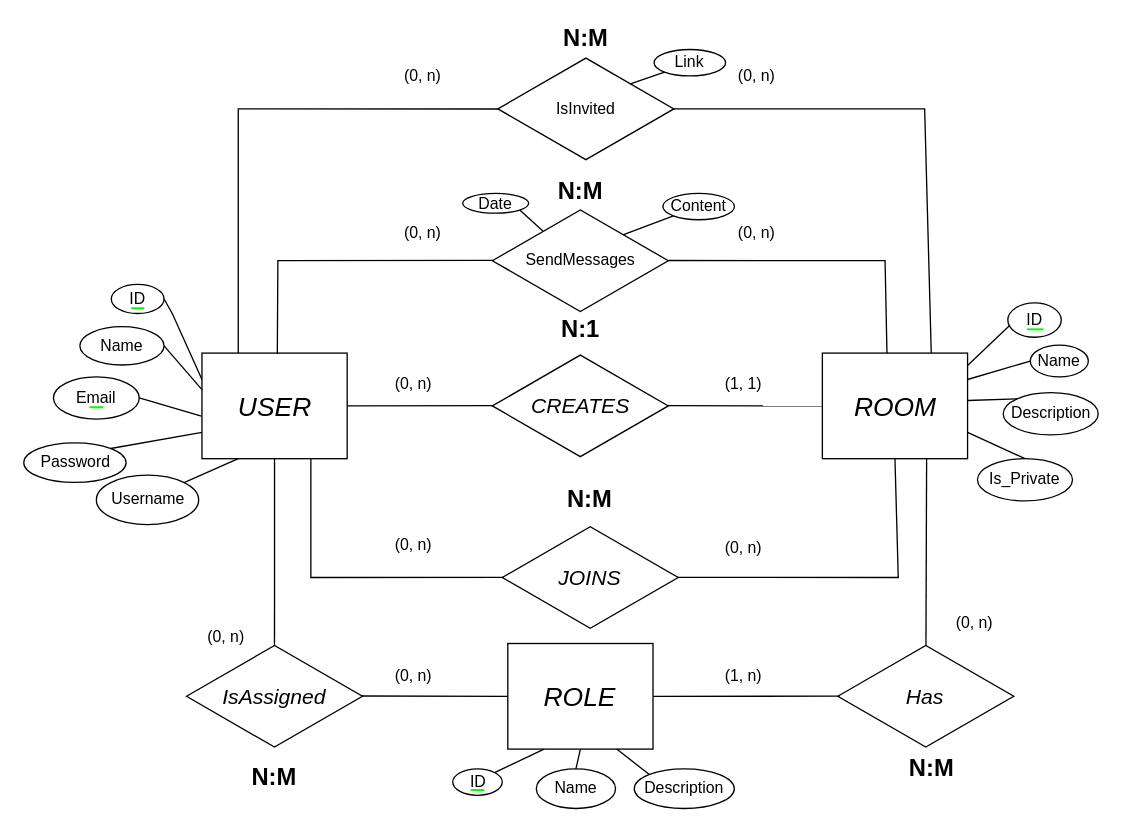
Above: Diseño de Bases de Datos Relacionales con MySQL/02 Diseño Conceptual/3er Ejercicio/Ejercicio3.drawio in D4nitrix13/DatabaseGuide (draw.io), before the change. Source tidied: cells renumbered, new cells numbered last; positions are measured from the earlier drawing's top-left corner, leaving out a move shared by most shapes. Both pictures are drawn from the tidied source at 132%, with x=0, y=0 at pixel (24, 22).
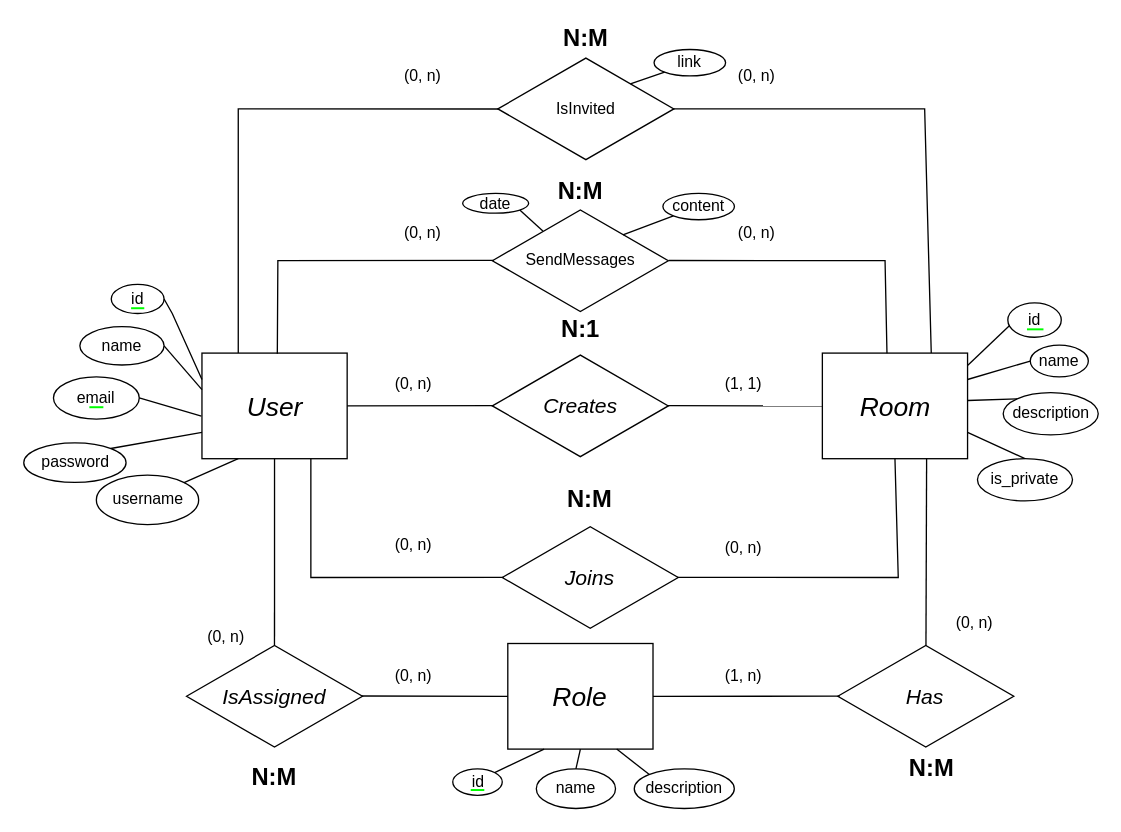
The same diagram, later.

Diff of the diagram source:
```diff
@@
-    <mxCell id="2" value="ID" style="ellipse;whiteSpace=wrap;html=1;fillColor=none;" parent="1" vertex="1">
+    <mxCell id="2" value="id" style="ellipse;whiteSpace=wrap;html=1;fillColor=none;" parent="1" vertex="1">
       <mxGeometry x="745" y="212" width="40.5" height="26" as="geometry" />
     </mxCell>
-    <mxCell id="3" value="Email" style="ellipse;whiteSpace=wrap;html=1;fillColor=none;" parent="1" vertex="1">
+    <mxCell id="3" value="email" style="ellipse;whiteSpace=wrap;html=1;fillColor=none;" parent="1" vertex="1">
       <mxGeometry x="22" y="268" width="65" height="32" as="geometry" />
     </mxCell>
-    <mxCell id="4" value="&lt;i style=&quot;&quot;&gt;&lt;font style=&quot;font-size: 20px;&quot;&gt;USER&lt;/font&gt;&lt;/i&gt;" style="rounded=0;whiteSpace=wrap;html=1;fillColor=none;" parent="1" vertex="1">
+    <mxCell id="4" value="&lt;i style=&quot;&quot;&gt;&lt;font style=&quot;font-size: 20px;&quot;&gt;User&lt;/font&gt;&lt;/i&gt;" style="rounded=0;whiteSpace=wrap;html=1;fillColor=none;" parent="1" vertex="1">
       <mxGeometry x="134.5" y="250" width="110" height="80" as="geometry" />
     </mxCell>
-    <mxCell id="5" value="&lt;i style=&quot;&quot;&gt;&lt;font style=&quot;font-size: 20px;&quot;&gt;ROOM&lt;/font&gt;&lt;/i&gt;" style="rounded=0;whiteSpace=wrap;html=1;fillColor=none;align=center;" parent="1" vertex="1">
+    <mxCell id="5" value="&lt;i style=&quot;&quot;&gt;&lt;font style=&quot;font-size: 20px;&quot;&gt;Room&lt;/font&gt;&lt;/i&gt;" style="rounded=0;whiteSpace=wrap;html=1;fillColor=none;align=center;" parent="1" vertex="1">
       <mxGeometry x="604.5" y="250" width="110" height="80" as="geometry" />
     </mxCell>
-    <mxCell id="6" value="&lt;i&gt;&lt;font style=&quot;font-size: 16px;&quot;&gt;CREATES&lt;/font&gt;&lt;/i&gt;" style="html=1;whiteSpace=wrap;shape=isoRectangle;fillColor=none;" parent="1" vertex="1">
+    <mxCell id="6" value="&lt;i&gt;&lt;font style=&quot;font-size: 16px;&quot;&gt;Creates&lt;/font&gt;&lt;/i&gt;" style="html=1;whiteSpace=wrap;shape=isoRectangle;fillColor=none;" parent="1" vertex="1">
       <mxGeometry x="354.5" y="250" width="133.3" height="80" as="geometry" />
     </mxCell>
@@
-    <mxCell id="24" value="&lt;i&gt;&lt;font style=&quot;font-size: 16px;&quot;&gt;JOINS&lt;/font&gt;&lt;/i&gt;" style="html=1;whiteSpace=wrap;shape=isoRectangle;fillColor=none;" parent="1" vertex="1">
+    <mxCell id="24" value="&lt;i&gt;&lt;font style=&quot;font-size: 16px;&quot;&gt;Joins&lt;/font&gt;&lt;/i&gt;" style="html=1;whiteSpace=wrap;shape=isoRectangle;fillColor=none;" parent="1" vertex="1">
       <mxGeometry x="362" y="380" width="133.3" height="80" as="geometry" />
     </mxCell>
@@
-    <mxCell id="42" value="&lt;i style=&quot;&quot;&gt;&lt;font style=&quot;font-size: 20px;&quot;&gt;ROLE&lt;/font&gt;&lt;/i&gt;" style="rounded=0;whiteSpace=wrap;html=1;fillColor=none;" parent="1" vertex="1">
+    <mxCell id="42" value="&lt;i style=&quot;&quot;&gt;&lt;font style=&quot;font-size: 20px;&quot;&gt;Role&lt;/font&gt;&lt;/i&gt;" style="rounded=0;whiteSpace=wrap;html=1;fillColor=none;" parent="1" vertex="1">
       <mxGeometry x="366.2" y="470" width="110" height="80" as="geometry" />
     </mxCell>
@@
-    <mxCell id="56" value="&lt;span style=&quot;text-wrap: nowrap;&quot;&gt;Name&lt;/span&gt;" style="ellipse;whiteSpace=wrap;html=1;fillColor=none;" parent="1" vertex="1">
+    <mxCell id="56" value="&lt;span style=&quot;text-wrap: nowrap;&quot;&gt;name&lt;/span&gt;" style="ellipse;whiteSpace=wrap;html=1;fillColor=none;" parent="1" vertex="1">
       <mxGeometry x="387.8" y="565" width="60" height="30" as="geometry" />
     </mxCell>
-    <mxCell id="57" value="&lt;span style=&quot;text-wrap: nowrap;&quot;&gt;Description&lt;/span&gt;" style="ellipse;whiteSpace=wrap;html=1;fillColor=none;" parent="1" vertex="1">
+    <mxCell id="57" value="&lt;span style=&quot;text-wrap: nowrap;&quot;&gt;description&lt;/span&gt;" style="ellipse;whiteSpace=wrap;html=1;fillColor=none;" parent="1" vertex="1">
       <mxGeometry x="462" y="565" width="75.8" height="30" as="geometry" />
     </mxCell>
-    <mxCell id="58" value="ID" style="ellipse;whiteSpace=wrap;html=1;fillColor=none;" parent="1" vertex="1">
+    <mxCell id="58" value="id" style="ellipse;whiteSpace=wrap;html=1;fillColor=none;" parent="1" vertex="1">
       <mxGeometry x="65.8" y="198" width="40" height="22" as="geometry" />
     </mxCell>
-    <mxCell id="59" value="Name" style="ellipse;whiteSpace=wrap;html=1;fillColor=none;" parent="1" vertex="1">
+    <mxCell id="59" value="name" style="ellipse;whiteSpace=wrap;html=1;fillColor=none;" parent="1" vertex="1">
       <mxGeometry x="42" y="230" width="63.8" height="29" as="geometry" />
     </mxCell>
-    <mxCell id="60" value="&lt;span style=&quot;text-wrap: nowrap;&quot;&gt;Password&lt;/span&gt;" style="ellipse;whiteSpace=wrap;html=1;fillColor=none;" parent="1" vertex="1">
+    <mxCell id="60" value="&lt;span style=&quot;text-wrap: nowrap;&quot;&gt;password&lt;/span&gt;" style="ellipse;whiteSpace=wrap;html=1;fillColor=none;" parent="1" vertex="1">
       <mxGeometry x="-0.5" y="318" width="77.5" height="30" as="geometry" />
     </mxCell>
-    <mxCell id="61" value="&lt;span style=&quot;text-wrap: nowrap;&quot;&gt;Username&lt;/span&gt;" style="ellipse;whiteSpace=wrap;html=1;fillColor=none;" parent="1" vertex="1">
+    <mxCell id="61" value="&lt;span style=&quot;text-wrap: nowrap;&quot;&gt;username&lt;/span&gt;" style="ellipse;whiteSpace=wrap;html=1;fillColor=none;" parent="1" vertex="1">
       <mxGeometry x="54.5" y="342.5" width="77.5" height="37.5" as="geometry" />
     </mxCell>
-    <mxCell id="62" value="&lt;span style=&quot;text-wrap: nowrap;&quot;&gt;ID&lt;/span&gt;" style="ellipse;whiteSpace=wrap;html=1;fillColor=none;" parent="1" vertex="1">
+    <mxCell id="62" value="&lt;span style=&quot;text-wrap: nowrap;&quot;&gt;id&lt;/span&gt;" style="ellipse;whiteSpace=wrap;html=1;fillColor=none;" parent="1" vertex="1">
       <mxGeometry x="324.5" y="565" width="37.5" height="20" as="geometry" />
     </mxCell>
@@
-    <mxCell id="64" value="&lt;span style=&quot;text-wrap: nowrap;&quot;&gt;Name&lt;/span&gt;" style="ellipse;whiteSpace=wrap;html=1;fillColor=none;" parent="1" vertex="1">
+    <mxCell id="64" value="&lt;span style=&quot;text-wrap: nowrap;&quot;&gt;name&lt;/span&gt;" style="ellipse;whiteSpace=wrap;html=1;fillColor=none;" parent="1" vertex="1">
       <mxGeometry x="762" y="244" width="44" height="24" as="geometry" />
     </mxCell>
-    <mxCell id="65" value="&lt;span style=&quot;text-wrap: nowrap;&quot;&gt;Description&lt;/span&gt;" style="ellipse;whiteSpace=wrap;html=1;fillColor=none;" parent="1" vertex="1">
+    <mxCell id="65" value="&lt;span style=&quot;text-wrap: nowrap;&quot;&gt;description&lt;/span&gt;" style="ellipse;whiteSpace=wrap;html=1;fillColor=none;" parent="1" vertex="1">
       <mxGeometry x="741.5" y="280" width="72" height="32" as="geometry" />
     </mxCell>
-    <mxCell id="66" value="&lt;span style=&quot;text-wrap: nowrap;&quot;&gt;Is_Private&lt;/span&gt;" style="ellipse;whiteSpace=wrap;html=1;fillColor=none;" parent="1" vertex="1">
+    <mxCell id="66" value="&lt;span style=&quot;text-wrap: nowrap;&quot;&gt;is_private&lt;/span&gt;" style="ellipse;whiteSpace=wrap;html=1;fillColor=none;" parent="1" vertex="1">
       <mxGeometry x="722" y="330" width="72" height="32" as="geometry" />
     </mxCell>
-    <mxCell id="67" value="&lt;span style=&quot;text-wrap: nowrap;&quot;&gt;Content&lt;/span&gt;" style="ellipse;whiteSpace=wrap;html=1;fillColor=none;" parent="1" vertex="1">
+    <mxCell id="67" value="&lt;span style=&quot;text-wrap: nowrap;&quot;&gt;content&lt;/span&gt;" style="ellipse;whiteSpace=wrap;html=1;fillColor=none;" parent="1" vertex="1">
       <mxGeometry x="483.7" y="129" width="54.2" height="20" as="geometry" />
     </mxCell>
-    <mxCell id="68" value="&lt;span style=&quot;text-wrap: nowrap;&quot;&gt;Date&lt;/span&gt;" style="ellipse;whiteSpace=wrap;html=1;fillColor=none;" parent="1" vertex="1">
+    <mxCell id="68" value="&lt;span style=&quot;text-wrap: nowrap;&quot;&gt;date&lt;/span&gt;" style="ellipse;whiteSpace=wrap;html=1;fillColor=none;" parent="1" vertex="1">
       <mxGeometry x="332" y="129" width="50" height="15" as="geometry" />
     </mxCell>
-    <mxCell id="69" value="&lt;span style=&quot;text-wrap: nowrap;&quot;&gt;Link&lt;/span&gt;" style="ellipse;whiteSpace=wrap;html=1;fillColor=none;" parent="1" vertex="1">
+    <mxCell id="69" value="&lt;span style=&quot;text-wrap: nowrap;&quot;&gt;link&lt;/span&gt;" style="ellipse;whiteSpace=wrap;html=1;fillColor=none;" parent="1" vertex="1">
       <mxGeometry x="477" y="20" width="54.2" height="20" as="geometry" />
     </mxCell>
```
